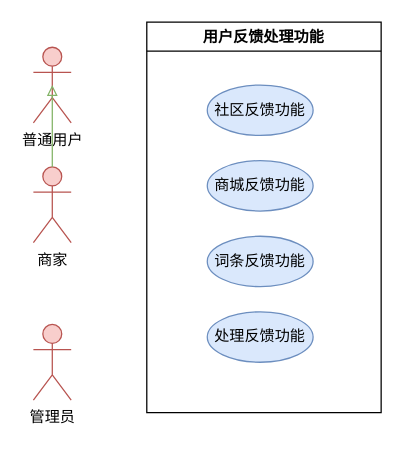
Above: 海洋生物百科/用例图/用户反馈处理用例图.drawio in Running-Turtle1/Graph (draw.io), before the change. Source tidied: cells renumbered, new cells numbered last; positions are measured from the earlier drawing's top-left corner, leaving out a move shared by most shapes. Both pictures are drawn from the tidied source at 126%, with x=0, y=0 at pixel (33, 21).
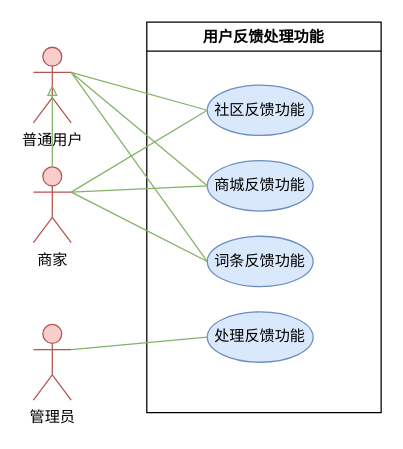
Above is the later version.

Commit message (it also covers changes not shown here):
更新用户反馈处理用例图.drawio

Diff of the diagram source:
```diff
@@
 <mxGraphModel>
   <root>
     <mxCell id="0" />
     <mxCell id="1" parent="0" />
     <mxCell id="2" value="用户反馈处理功能" style="swimlane;whiteSpace=wrap;html=1;" parent="1" vertex="1">
       <mxGeometry x="90" width="186" height="310" as="geometry" />
     </mxCell>
     <mxCell id="3" value="社区反馈功能" style="ellipse;whiteSpace=wrap;html=1;fillColor=#dae8fc;strokeColor=#6c8ebf;" parent="2" vertex="1">
       <mxGeometry x="48" y="50" width="84" height="40" as="geometry" />
     </mxCell>
     <mxCell id="4" value="词条反馈功能" style="ellipse;whiteSpace=wrap;html=1;fillColor=#dae8fc;strokeColor=#6c8ebf;" parent="2" vertex="1">
       <mxGeometry x="48" y="170" width="84" height="40" as="geometry" />
     </mxCell>
     <mxCell id="5" value="商城反馈功能" style="ellipse;whiteSpace=wrap;html=1;fillColor=#dae8fc;strokeColor=#6c8ebf;" parent="2" vertex="1">
       <mxGeometry x="48" y="110" width="84" height="40" as="geometry" />
     </mxCell>
     <mxCell id="6" value="处理反馈功能" style="ellipse;whiteSpace=wrap;html=1;fillColor=#dae8fc;strokeColor=#6c8ebf;" parent="2" vertex="1">
       <mxGeometry x="48" y="230" width="84" height="40" as="geometry" />
     </mxCell>
     <mxCell id="7" value="普通用户" style="shape=umlActor;verticalLabelPosition=bottom;verticalAlign=top;html=1;fillColor=#f8cecc;strokeColor=#b85450;" parent="1" vertex="1">
       <mxGeometry y="20" width="30" height="60" as="geometry" />
     </mxCell>
     <mxCell id="8" value="商家" style="shape=umlActor;verticalLabelPosition=bottom;verticalAlign=top;html=1;fillColor=#f8cecc;strokeColor=#b85450;" parent="1" vertex="1">
       <mxGeometry y="115" width="30" height="60" as="geometry" />
     </mxCell>
     <mxCell id="9" style="endArrow=block;endFill=0;html=1;rounded=0;fillColor=#d5e8d4;strokeColor=#82b366;exitX=0.5;exitY=0;exitDx=0;exitDy=0;exitPerimeter=0;entryX=0.5;entryY=0.5;entryDx=0;entryDy=0;entryPerimeter=0;" parent="1" edge="1" source="8" target="7">
       <mxGeometry relative="1" as="geometry" />
     </mxCell>
     <mxCell id="10" value="管理员" style="shape=umlActor;verticalLabelPosition=bottom;verticalAlign=top;html=1;fillColor=#f8cecc;strokeColor=#b85450;" parent="1" vertex="1">
       <mxGeometry y="240" width="30" height="60" as="geometry" />
     </mxCell>
+    <mxCell id="11" style="endArrow=none;html=1;rounded=0;fillColor=#d5e8d4;strokeColor=#82b366;entryX=1;entryY=0.3333333333333333;entryDx=0;entryDy=0;entryPerimeter=0;exitX=0;exitY=0.5;exitDx=0;exitDy=0;" parent="1" edge="1" source="3" target="7">
+      <mxGeometry relative="1" as="geometry" />
+    </mxCell>
+    <mxCell id="12" style="endArrow=none;html=1;rounded=0;fillColor=#d5e8d4;strokeColor=#82b366;entryX=1;entryY=0.3333333333333333;entryDx=0;entryDy=0;entryPerimeter=0;exitX=0;exitY=0.5;exitDx=0;exitDy=0;" parent="1" edge="1" source="5" target="7">
+      <mxGeometry relative="1" as="geometry" />
+    </mxCell>
+    <mxCell id="13" style="endArrow=none;html=1;rounded=0;fillColor=#d5e8d4;strokeColor=#82b366;entryX=1;entryY=0.3333333333333333;entryDx=0;entryDy=0;entryPerimeter=0;exitX=0;exitY=0.5;exitDx=0;exitDy=0;" parent="1" edge="1" source="4" target="7">
+      <mxGeometry relative="1" as="geometry" />
+    </mxCell>
+    <mxCell id="14" style="endArrow=none;html=1;rounded=0;fillColor=#d5e8d4;strokeColor=#82b366;entryX=1;entryY=0.3333333333333333;entryDx=0;entryDy=0;entryPerimeter=0;exitX=0;exitY=0.5;exitDx=0;exitDy=0;" parent="1" edge="1" source="3" target="8">
+      <mxGeometry relative="1" as="geometry" />
+    </mxCell>
+    <mxCell id="15" style="endArrow=none;html=1;rounded=0;fillColor=#d5e8d4;strokeColor=#82b366;entryX=1;entryY=0.3333333333333333;entryDx=0;entryDy=0;entryPerimeter=0;exitX=0;exitY=0.5;exitDx=0;exitDy=0;" parent="1" edge="1" source="4" target="8">
+      <mxGeometry relative="1" as="geometry" />
+    </mxCell>
+    <mxCell id="16" style="endArrow=none;html=1;rounded=0;fillColor=#d5e8d4;strokeColor=#82b366;entryX=1;entryY=0.3333333333333333;entryDx=0;entryDy=0;entryPerimeter=0;exitX=0;exitY=0.5;exitDx=0;exitDy=0;" parent="1" edge="1" source="6" target="10">
+      <mxGeometry relative="1" as="geometry" />
+    </mxCell>
+    <mxCell id="17" style="endArrow=none;html=1;rounded=0;fillColor=#d5e8d4;strokeColor=#82b366;entryX=1;entryY=0.3333333333333333;entryDx=0;entryDy=0;entryPerimeter=0;exitX=0;exitY=0.5;exitDx=0;exitDy=0;" parent="1" edge="1" source="5" target="8">
+      <mxGeometry relative="1" as="geometry" />
+    </mxCell>
   </root>
 </mxGraphModel>
```
